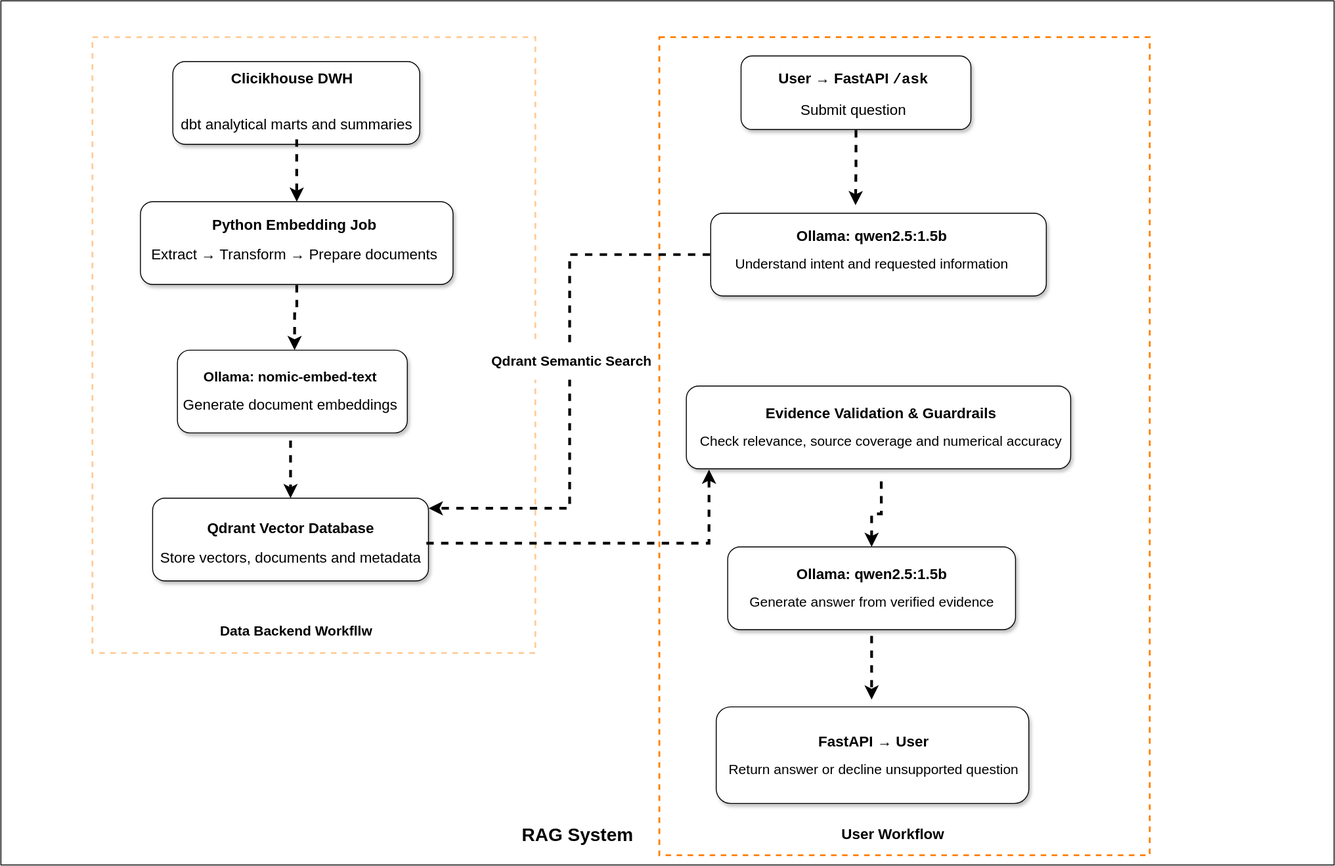
Before: images/Citibike RAG System Architecture.svg, a diagram exported from draw.io (mfonekpo/citibike). Source tidied: cells renumbered, new cells last; positions are measured from the earlier drawing's top-left corner, leaving out a move shared by most shapes.
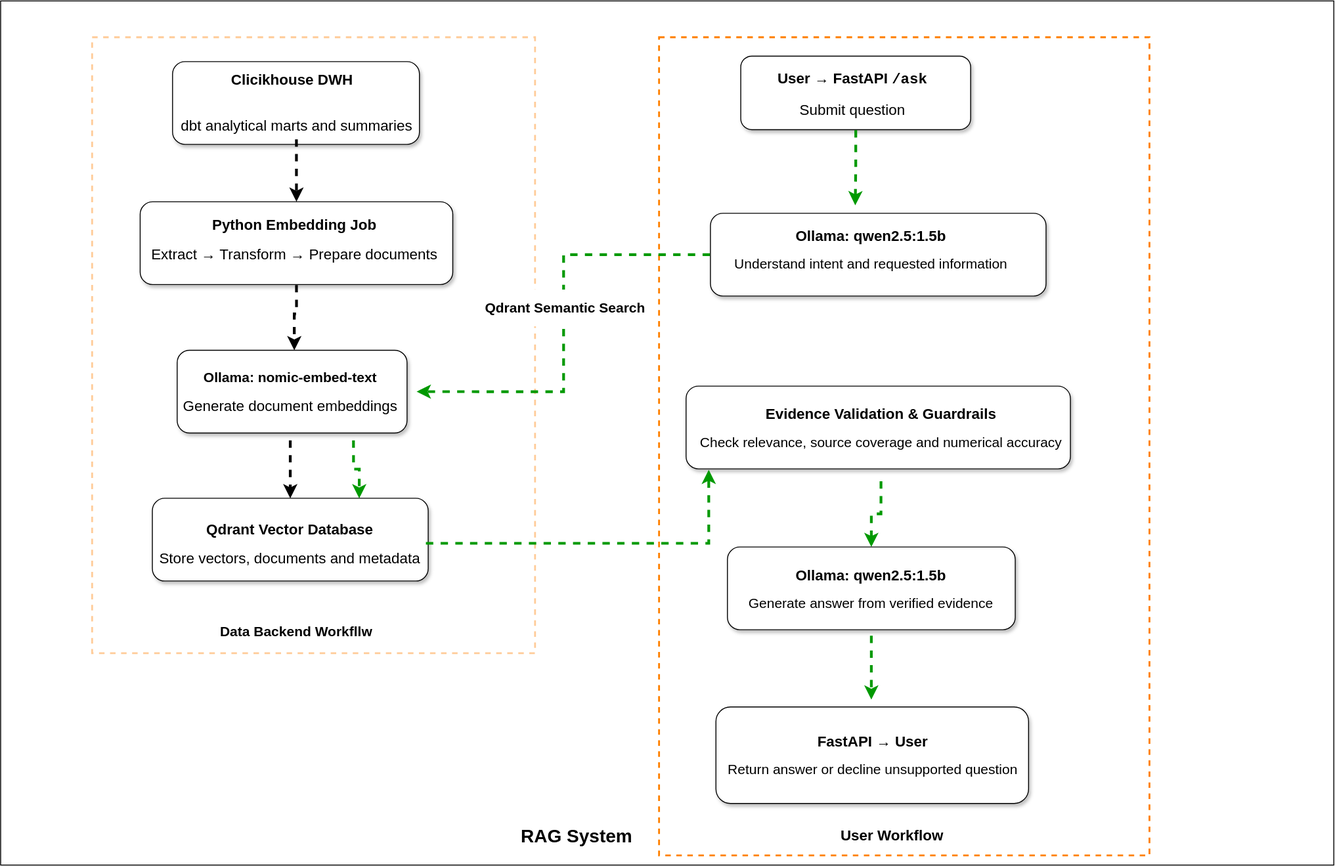
Later version of the same file.

Commit message:
update: Refactored RAG system diagram to highlight user dataflow

The edit, as a diff of the source:
```diff
@@ -43,6 +43,9 @@
     <mxCell id="13" style="edgeStyle=orthogonalEdgeStyle;rounded=0;jettySize=auto;html=1;exitX=0.5;exitY=1;exitDx=0;exitDy=0;entryX=0.5;entryY=0;entryDx=0;entryDy=0;flowAnimation=1;strokeWidth=3;" parent="1" edge="1" source="14" target="15">
       <mxGeometry relative="1" as="geometry" />
     </mxCell>
+    <mxCell id="36" style="edgeStyle=orthogonalEdgeStyle;rounded=0;jettySize=auto;html=1;exitX=0.75;exitY=1;exitDx=0;exitDy=0;entryX=0.75;entryY=0;entryDx=0;entryDy=0;strokeWidth=3;flowAnimation=1;strokeColor=#009900;" parent="1" edge="1" source="14" target="15">
+      <mxGeometry relative="1" as="geometry" />
+    </mxCell>
     <mxCell id="14" value="&lt;p&gt;&lt;font style=&quot;font-size: 15px;&quot;&gt;&lt;b&gt;Ollama: nomic-embed-text&lt;/b&gt;&lt;/font&gt;&lt;/p&gt;&lt;p&gt;&lt;font style=&quot;font-size: 16px;&quot;&gt;Generate document embeddings&lt;/font&gt;&lt;/p&gt;" style="text;html=1;whiteSpace=wrap;strokeColor=none;fillColor=none;align=center;verticalAlign=middle;rounded=0;" parent="1" vertex="1">
       <mxGeometry x="177.5" y="372.5" width="275" height="105" as="geometry" />
     </mxCell>
@@ -64,7 +67,7 @@
     <mxCell id="20" value="&lt;p&gt;&lt;b&gt;&lt;font style=&quot;font-size: 16px;&quot;&gt;Ollama: qwen2.5:1.5b&lt;/font&gt;&lt;/b&gt;&lt;/p&gt;&lt;p&gt;&lt;font style=&quot;font-size: 15px;&quot;&gt;Understand intent and requested information&lt;/font&gt;&lt;/p&gt;" style="text;html=1;whiteSpace=wrap;strokeColor=none;fillColor=none;align=center;verticalAlign=middle;rounded=0;" parent="1" vertex="1">
       <mxGeometry x="782" y="218" width="330" height="105" as="geometry" />
     </mxCell>
-    <mxCell id="21" style="edgeStyle=orthogonalEdgeStyle;rounded=0;jettySize=auto;html=1;exitX=0.5;exitY=1;exitDx=0;exitDy=0;entryX=0.5;entryY=0;entryDx=0;entryDy=0;flowAnimation=1;strokeWidth=3;" parent="1" edge="1" source="22" target="23">
+    <mxCell id="21" style="edgeStyle=orthogonalEdgeStyle;rounded=0;jettySize=auto;html=1;exitX=0.5;exitY=1;exitDx=0;exitDy=0;entryX=0.5;entryY=0;entryDx=0;entryDy=0;flowAnimation=1;strokeWidth=3;strokeColor=#009900;" parent="1" edge="1" source="22" target="23">
       <mxGeometry relative="1" as="geometry" />
     </mxCell>
     <mxCell id="22" value="&lt;p&gt;&lt;b&gt;&lt;font style=&quot;font-size: 16px;&quot;&gt;Evidence Validation &amp;amp; Guardrails&lt;/font&gt;&lt;/b&gt;&lt;/p&gt;&lt;p&gt;&lt;font style=&quot;font-size: 15px;&quot;&gt;Check relevance, source coverage and numerical accuracy&lt;/font&gt;&lt;/p&gt;" style="text;html=1;whiteSpace=wrap;strokeColor=none;fillColor=none;align=center;verticalAlign=middle;rounded=0;shadow=0;" parent="1" vertex="1">
@@ -73,7 +76,7 @@
     <mxCell id="23" style="rounded=1;whiteSpace=wrap;html=1;shadow=1;" parent="1" vertex="1">
       <mxGeometry x="790.5" y="594" width="313" height="90" as="geometry" />
     </mxCell>
-    <mxCell id="24" style="edgeStyle=orthogonalEdgeStyle;rounded=0;orthogonalLoop=1;jettySize=auto;html=1;flowAnimation=1;strokeWidth=3;" parent="1" edge="1">
+    <mxCell id="24" style="edgeStyle=orthogonalEdgeStyle;rounded=0;orthogonalLoop=1;jettySize=auto;html=1;flowAnimation=1;strokeWidth=3;strokeColor=#009900;" parent="1" edge="1">
       <mxGeometry relative="1" as="geometry">
         <mxPoint x="947" y="690" as="sourcePoint" />
         <mxPoint x="947" y="760" as="targetPoint" />
@@ -91,16 +94,16 @@
     <mxCell id="28" style="edgeStyle=orthogonalEdgeStyle;rounded=0;jettySize=auto;html=1;exitX=0.5;exitY=1;exitDx=0;exitDy=0;entryX=0.516;entryY=0.071;entryDx=0;entryDy=0;entryPerimeter=0;flowAnimation=1;strokeWidth=3;" parent="1" edge="1" source="10" target="14">
       <mxGeometry relative="1" as="geometry" />
     </mxCell>
-    <mxCell id="29" style="edgeStyle=orthogonalEdgeStyle;rounded=0;jettySize=auto;html=1;entryX=0.447;entryY=0.041;entryDx=0;entryDy=0;entryPerimeter=0;flowAnimation=1;strokeWidth=3;" parent="1" edge="1" source="17" target="20">
+    <mxCell id="29" style="edgeStyle=orthogonalEdgeStyle;rounded=0;jettySize=auto;html=1;entryX=0.447;entryY=0.041;entryDx=0;entryDy=0;entryPerimeter=0;flowAnimation=1;strokeWidth=3;strokeColor=#009900;" parent="1" edge="1" source="17" target="20">
       <mxGeometry relative="1" as="geometry" />
     </mxCell>
-    <mxCell id="30" style="edgeStyle=orthogonalEdgeStyle;rounded=0;jettySize=auto;html=1;entryX=1.001;entryY=0.122;entryDx=0;entryDy=0;entryPerimeter=0;exitX=0;exitY=0.5;exitDx=0;exitDy=0;flowAnimation=1;strokeWidth=3;" parent="1" edge="1" source="19" target="15">
+    <mxCell id="30" style="edgeStyle=orthogonalEdgeStyle;rounded=0;jettySize=auto;html=1;exitX=0;exitY=0.5;exitDx=0;exitDy=0;flowAnimation=1;strokeWidth=3;entryX=1;entryY=0.5;entryDx=0;entryDy=0;strokeColor=#009900;" parent="1" edge="1" source="19" target="14">
       <mxGeometry relative="1" as="geometry" />
     </mxCell>
     <mxCell id="31" value="&lt;p&gt;&lt;b&gt;&lt;font style=&quot;font-size: 15px;&quot;&gt;Qdrant Semantic Search&lt;/font&gt;&lt;/b&gt;&lt;/p&gt;&lt;p&gt;&lt;/p&gt;" style="edgeLabel;html=1;align=center;verticalAlign=middle;" parent="30" vertex="1">
       <mxGeometry x="-0.08" y="1" relative="1" as="geometry" />
     </mxCell>
-    <mxCell id="32" style="edgeStyle=orthogonalEdgeStyle;rounded=0;jettySize=auto;html=1;entryX=0.059;entryY=1.011;entryDx=0;entryDy=0;entryPerimeter=0;strokeWidth=3;flowAnimation=1;" parent="1" edge="1" source="16" target="4">
+    <mxCell id="32" style="edgeStyle=orthogonalEdgeStyle;rounded=0;jettySize=auto;html=1;entryX=0.059;entryY=1.011;entryDx=0;entryDy=0;entryPerimeter=0;strokeWidth=3;flowAnimation=1;strokeColor=#009900;" parent="1" edge="1" source="16" target="4">
       <mxGeometry relative="1" as="geometry" />
     </mxCell>
     <mxCell id="33" value="&lt;b&gt;&lt;font style=&quot;font-size: 20px;&quot;&gt;RAG System&lt;/font&gt;&lt;/b&gt;" style="text;html=1;whiteSpace=wrap;strokeColor=none;fillColor=none;align=center;verticalAlign=middle;rounded=0;" parent="1" vertex="1">
```
